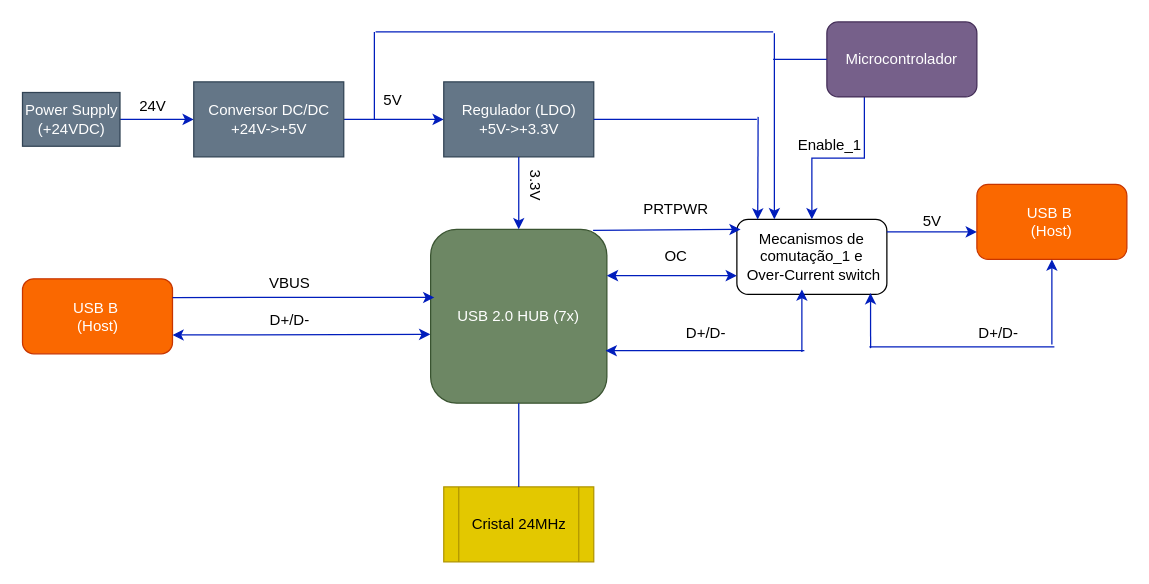
Before: Diagrama sem nome.drawio in AlexThaFlex/AlexThaFlex, a draw.io diagram. Source tidied: cells renumbered, new cells numbered last; positions are measured from the earlier drawing's top-left corner, leaving out a move shared by most shapes. Both pictures are drawn from the tidied source at 125%, with x=0, y=0 at pixel (21, 21).
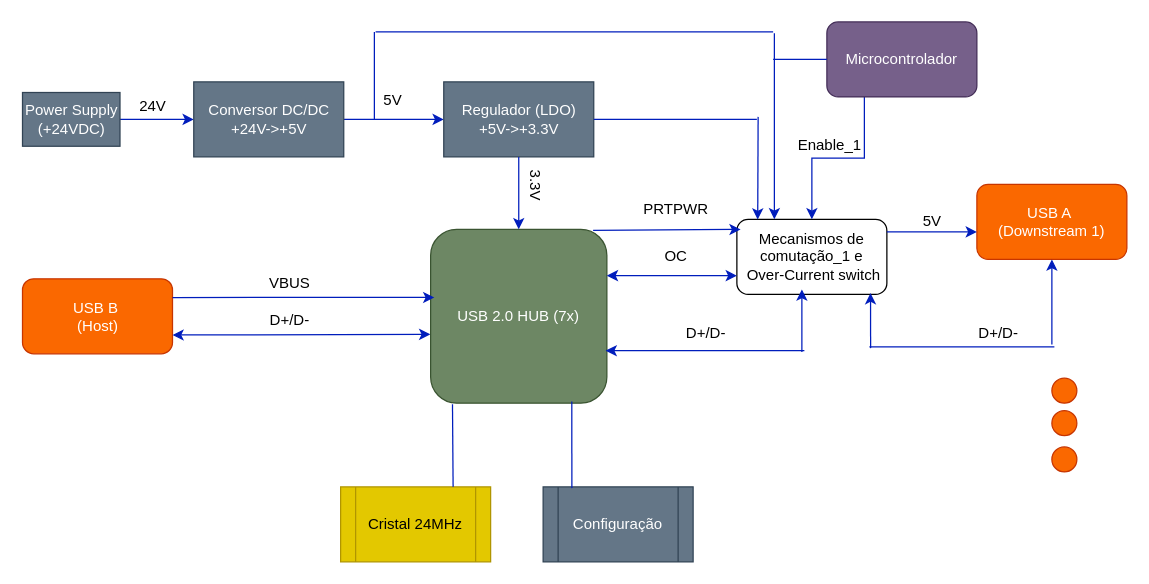
After the change.

Unchanged cells that the change refers to:
```xml
<mxCell id="2" value="USB 2.0 HUB (7x)" style="rounded=1;whiteSpace=wrap;html=1;fillColor=#6d8764;strokeColor=#3A5431;fontColor=#ffffff;" parent="1" vertex="1">
  <mxGeometry x="327" y="166" width="141" height="139" as="geometry" />
</mxCell>
```

What changed in the source:
```diff
@@
     <mxCell id="8" value="Cristal 24MHz" style="shape=process;whiteSpace=wrap;html=1;backgroundOutline=1;fillColor=#e3c800;fontColor=#000000;strokeColor=#B09500;" parent="1" vertex="1">
-      <mxGeometry x="337.5" y="372" width="120" height="60" as="geometry" />
+      <mxGeometry x="255" y="372" width="120" height="60" as="geometry" />
     </mxCell>
-    <mxCell id="9" style="endArrow=none;html=1;rounded=0;exitX=0.5;exitY=0;exitDx=0;exitDy=0;entryX=0.5;entryY=1;entryDx=0;entryDy=0;fillColor=#0050ef;strokeColor=#001DBC;" parent="1" edge="1" source="8" target="2">
+    <mxCell id="9" style="endArrow=none;html=1;rounded=0;exitX=0.75;exitY=0;exitDx=0;exitDy=0;fillColor=#0050ef;strokeColor=#001DBC;entryX=0.124;entryY=1.006;entryDx=0;entryDy=0;entryPerimeter=0;" parent="1" edge="1" source="8" target="2">
       <mxGeometry relative="1" as="geometry" />
     </mxCell>
@@
-    <mxCell id="36" value="&lt;font color=&quot;#ffffff&quot;&gt;USB B&amp;nbsp;&lt;br&gt;(Host)&lt;br&gt;&lt;/font&gt;" style="rounded=1;whiteSpace=wrap;html=1;fillColor=#fa6800;fontColor=#000000;strokeColor=#C73500;" parent="1" vertex="1">
+    <mxCell id="36" value="&lt;font color=&quot;#ffffff&quot;&gt;USB A&amp;nbsp;&lt;br&gt;(Downstream 1)&lt;br&gt;&lt;/font&gt;" style="rounded=1;whiteSpace=wrap;html=1;fillColor=#fa6800;fontColor=#000000;strokeColor=#C73500;" parent="1" vertex="1">
       <mxGeometry x="764" y="130" width="120" height="60" as="geometry" />
     </mxCell>
@@
+    <mxCell id="43" value="Configuração" style="shape=process;whiteSpace=wrap;html=1;backgroundOutline=1;fillColor=#647687;fontColor=#ffffff;strokeColor=#314354;" parent="1" vertex="1">
+      <mxGeometry x="417" y="372" width="120" height="60" as="geometry" />
+    </mxCell>
+    <mxCell id="44" style="endArrow=none;html=1;rounded=0;entryX=0.801;entryY=0.991;entryDx=0;entryDy=0;fillColor=#0050ef;strokeColor=#001DBC;entryPerimeter=0;" parent="1" edge="1" target="2">
+      <mxGeometry relative="1" as="geometry">
+        <mxPoint x="440" y="373" as="sourcePoint" />
+      </mxGeometry>
+    </mxCell>
+    <mxCell id="45" style="ellipse;whiteSpace=wrap;html=1;fillColor=#fa6800;fontColor=#000000;strokeColor=#C73500;" parent="1" vertex="1">
+      <mxGeometry x="824" y="285" width="20" height="20" as="geometry" />
+    </mxCell>
+    <mxCell id="46" style="ellipse;whiteSpace=wrap;html=1;fillColor=#fa6800;fontColor=#000000;strokeColor=#C73500;" parent="1" vertex="1">
+      <mxGeometry x="824" y="311" width="20" height="20" as="geometry" />
+    </mxCell>
+    <mxCell id="47" style="ellipse;whiteSpace=wrap;html=1;fillColor=#fa6800;fontColor=#000000;strokeColor=#C73500;" parent="1" vertex="1">
+      <mxGeometry x="824" y="340" width="20" height="20" as="geometry" />
+    </mxCell>
```
